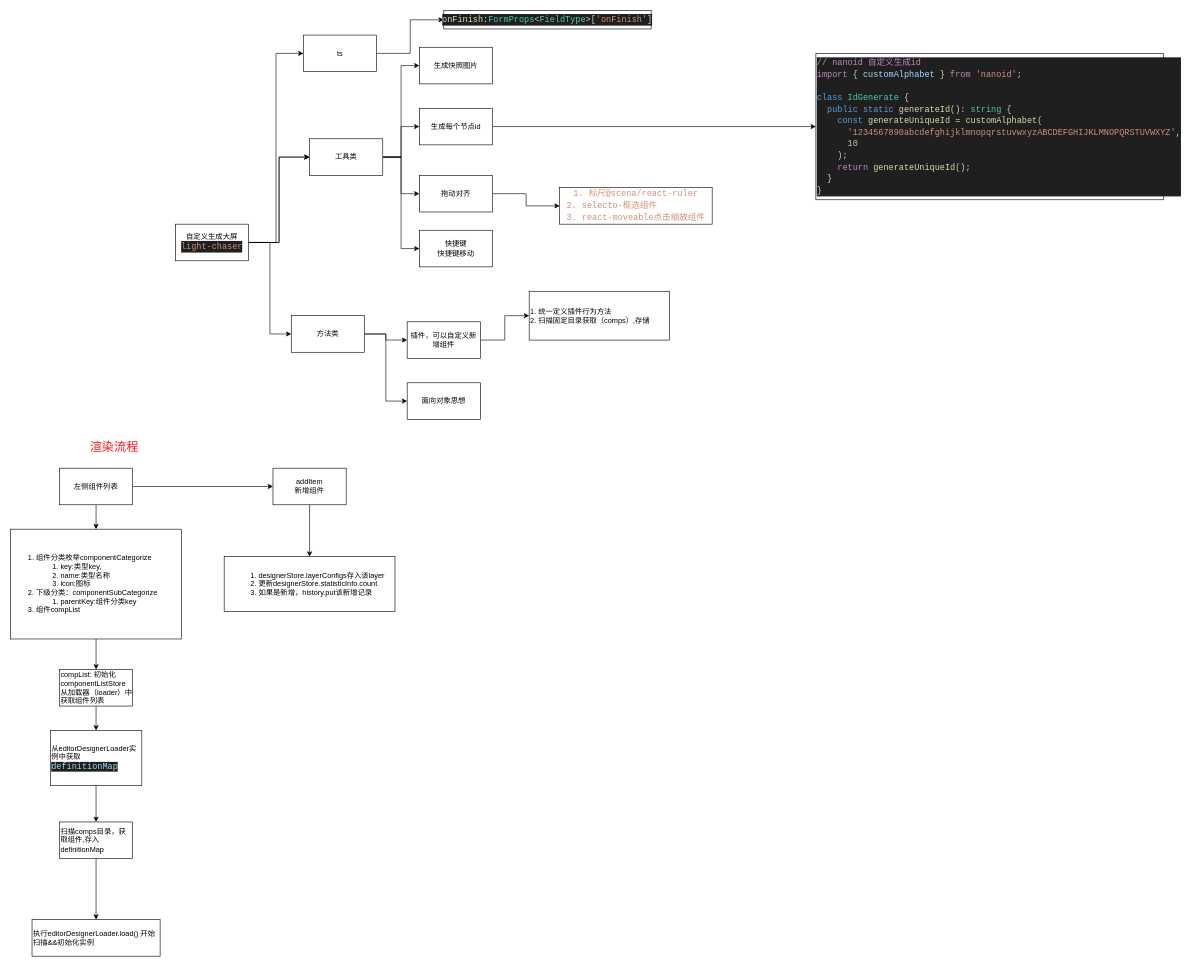
Before: light-charse源码阅读.drawio in wankangk1/drawfile, a draw.io diagram. Source tidied: cells renumbered, new cells numbered last; positions are measured from the earlier drawing's top-left corner, leaving out a move shared by most shapes. Both pictures are drawn from the tidied source at 61%, with x=0, y=0 at pixel (10, 10).
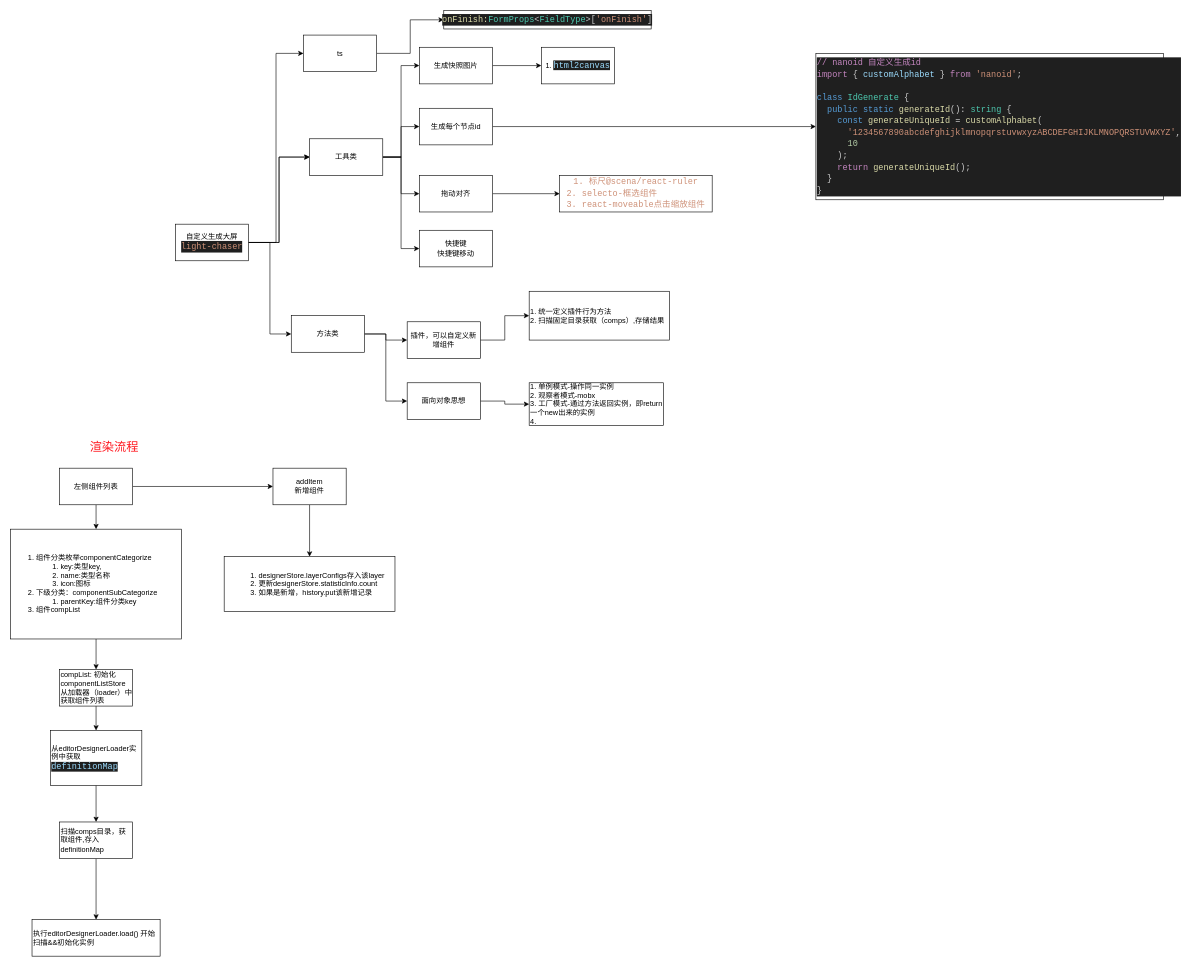
The same page after the edit.

Commit message:
更新light-charse源码阅读.drawio

The change refers to these unchanged cells:
```xml
<mxCell id="14" value="面向对象思想" style="rounded=0;whiteSpace=wrap;html=1;" parent="1" vertex="1">
  <mxGeometry x="650" y="610" width="120" height="60" as="geometry" />
</mxCell>
<mxCell id="23" value="生成快照图片" style="rounded=0;whiteSpace=wrap;html=1;" parent="1" vertex="1">
  <mxGeometry x="670" y="60" width="120" height="60" as="geometry" />
</mxCell>
```

Change to the diagram source:
```diff
@@
+    <mxCell id="46" style="edgeStyle=orthogonalEdgeStyle;rounded=0;jettySize=auto;html=1;" parent="1" edge="1" source="14" target="48">
+      <mxGeometry relative="1" as="geometry" />
+    </mxCell>
@@
+    <mxCell id="47" style="edgeStyle=orthogonalEdgeStyle;rounded=0;jettySize=auto;html=1;" parent="1" edge="1" source="23" target="49">
+      <mxGeometry relative="1" as="geometry" />
+    </mxCell>
@@
     <mxCell id="44" value="&lt;div style=&quot;color: rgb(204, 204, 204); font-family: Consolas, &amp;quot;Courier New&amp;quot;, monospace; font-size: 14px; line-height: 19px; white-space: pre;&quot;&gt;&lt;span style=&quot;color: rgb(206, 145, 120); background-color: rgb(255, 255, 255);&quot;&gt;1. 标尺@scena/react-ruler&lt;/span&gt;&lt;/div&gt;&lt;div style=&quot;text-align: left; color: rgb(204, 204, 204); font-family: Consolas, &amp;quot;Courier New&amp;quot;, monospace; font-size: 14px; line-height: 19px; white-space: pre;&quot;&gt;&lt;span style=&quot;color: rgb(206, 145, 120); background-color: rgb(255, 255, 255);&quot;&gt;2. selecto-框选组件&lt;/span&gt;&lt;/div&gt;&lt;div style=&quot;text-align: left; color: rgb(204, 204, 204); font-family: Consolas, &amp;quot;Courier New&amp;quot;, monospace; font-size: 14px; line-height: 19px; white-space: pre;&quot;&gt;&lt;span style=&quot;color: rgb(206, 145, 120); background-color: rgb(255, 255, 255);&quot;&gt;3. react-moveable点击缩放组件&lt;/span&gt;&lt;/div&gt;" style="whiteSpace=wrap;html=1;rounded=0;" parent="1" vertex="1">
-      <mxGeometry x="900" y="290" width="250" height="60" as="geometry" />
+      <mxGeometry x="900" y="270" width="250" height="60" as="geometry" />
     </mxCell>
-    <mxCell id="45" value="1. 统一定义插件行为方法&lt;div&gt;2. 扫描固定目录获取（comps）,存储&lt;/div&gt;" style="whiteSpace=wrap;html=1;rounded=0;align=left;" parent="1" vertex="1">
+    <mxCell id="45" value="1. 统一定义插件行为方法&lt;div&gt;2. 扫描固定目录获取（comps）,存储结果&lt;/div&gt;" style="whiteSpace=wrap;html=1;rounded=0;align=left;" parent="1" vertex="1">
       <mxGeometry x="850" y="460" width="230" height="80" as="geometry" />
     </mxCell>
+    <mxCell id="48" value="1. 单例模式-操作同一实例&lt;br&gt;2. 观察者模式-mobx&lt;br&gt;3. 工厂模式-通过方法返回实例，即return 一个new出来的实例&lt;br&gt;4.&amp;nbsp;" style="whiteSpace=wrap;html=1;rounded=0;align=left;" parent="1" vertex="1">
+      <mxGeometry x="850" y="610" width="220" height="70" as="geometry" />
+    </mxCell>
+    <mxCell id="49" value="1.&amp;nbsp;&lt;span style=&quot;color: rgb(156, 220, 254); background-color: rgb(31, 31, 31); font-family: Consolas, &amp;quot;Courier New&amp;quot;, monospace; font-size: 14px; white-space: pre;&quot;&gt;html2canvas&lt;/span&gt;" style="whiteSpace=wrap;html=1;rounded=0;" parent="1" vertex="1">
+      <mxGeometry x="870" y="60" width="120" height="60" as="geometry" />
+    </mxCell>
```
